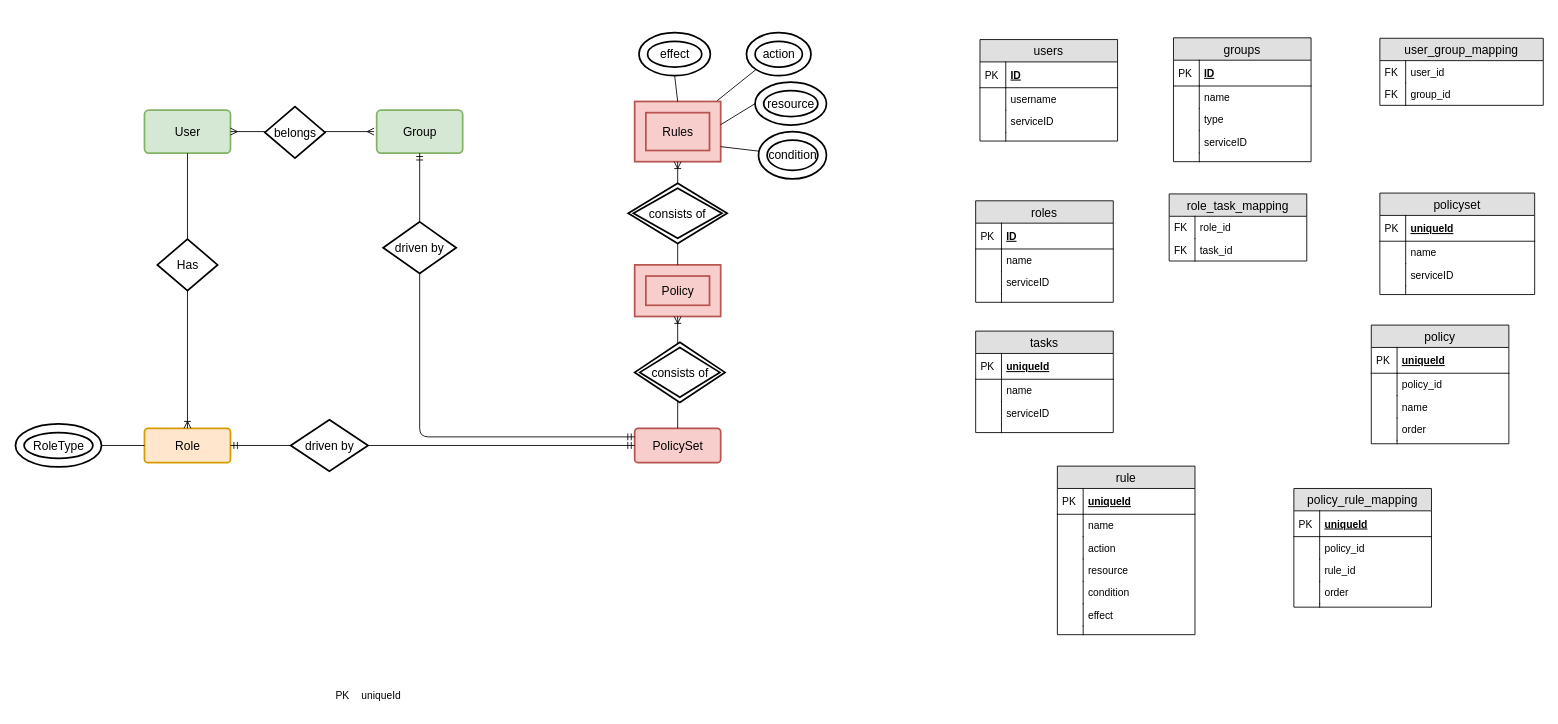
This is IAM Diagram.drawio from davinderrai/drawio, a draw.io file, before an edit. Source tidied: cells renumbered, new cells numbered last; positions are measured from the earlier drawing's top-left corner, leaving out a move shared by most shapes. Both pictures are drawn from the tidied source at 86%, with x=0, y=0 at pixel (15, 32).
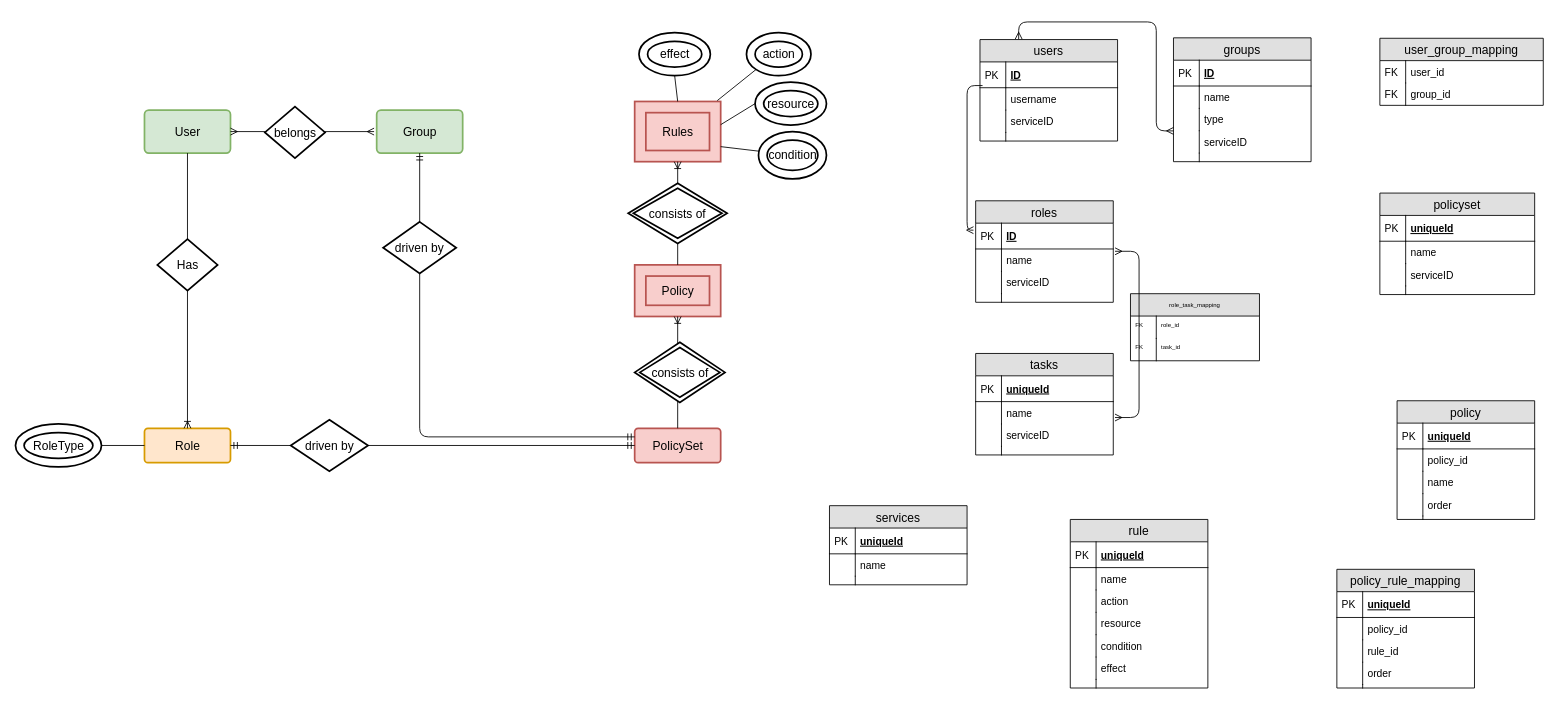
The same page after the edit.

Unchanged cells that the change refers to:
```xml
<mxCell id="47" value="serviceID" style="shape=partialRectangle;top=0;left=0;right=0;bottom=0;align=left;verticalAlign=top;fillColor=none;spacingLeft=34;spacingRight=4;overflow=hidden;points=[[0,0.5],[1,0.5]];portConstraint=eastwest;fontSize=12;" parent="40" vertex="1">
  <mxGeometry y="108" width="160" height="26" as="geometry" />
</mxCell>
<mxCell id="52" value="ID" style="shape=partialRectangle;top=0;left=0;right=0;bottom=1;align=left;verticalAlign=middle;fillColor=none;spacingLeft=34;spacingRight=4;overflow=hidden;points=[[0,0.5],[1,0.5]];portConstraint=eastwest;fontStyle=5;fontSize=12;" parent="51" vertex="1">
  <mxGeometry y="26" width="160" height="30" as="geometry" />
</mxCell>
<mxCell id="54" value="name" style="shape=partialRectangle;top=0;left=0;right=0;bottom=0;align=left;verticalAlign=top;fillColor=none;spacingLeft=34;spacingRight=4;overflow=hidden;points=[[0,0.5],[1,0.5]];portConstraint=eastwest;fontSize=12;" parent="51" vertex="1">
  <mxGeometry y="56" width="160" height="26" as="geometry" />
</mxCell>
```

The edit, as a diff of the source:
```diff
@@
     <mxCell id="60" value="tasks" style="swimlane;fontStyle=0;horizontal=1;startSize=26;fillColor=#e0e0e0;swimlaneFillColor=#ffffff;align=center;fontSize=14;" parent="1" vertex="1">
-      <mxGeometry x="1116" y="347.5" width="160" height="118" as="geometry" />
+      <mxGeometry x="1116" y="373.5" width="160" height="118" as="geometry" />
     </mxCell>
@@
-    <mxCell id="69" value="role_task_mapping" style="swimlane;fontStyle=0;horizontal=1;startSize=26;fillColor=#e0e0e0;swimlaneFillColor=#ffffff;align=center;fontSize=14;" parent="1" vertex="1">
-      <mxGeometry x="1341" y="188" width="160" height="78" as="geometry" />
+    <mxCell id="69" value="role_task_mapping" style="swimlane;fontStyle=0;horizontal=1;startSize=26;fillColor=#e0e0e0;swimlaneFillColor=#ffffff;align=center;fontSize=7;" parent="1" vertex="1">
+      <mxGeometry x="1296" y="304" width="150" height="78" as="geometry" />
     </mxCell>
-    <mxCell id="70" value="role_id" style="shape=partialRectangle;top=0;left=0;right=0;bottom=0;align=left;verticalAlign=top;fillColor=none;spacingLeft=34;spacingRight=4;overflow=hidden;fontSize=12;" parent="69" vertex="1">
-      <mxGeometry y="26" width="160" height="26" as="geometry" />
+    <mxCell id="70" value="role_id" style="shape=partialRectangle;top=0;left=0;right=0;bottom=0;align=left;verticalAlign=top;fillColor=none;spacingLeft=34;spacingRight=4;overflow=hidden;fontSize=7;" parent="69" vertex="1">
+      <mxGeometry y="26" width="150" height="26" as="geometry" />
     </mxCell>
-    <mxCell id="71" value="FK" style="shape=partialRectangle;top=0;left=0;bottom=0;fillColor=none;align=left;verticalAlign=top;spacingLeft=4;spacingRight=4;overflow=hidden;fontSize=12;" parent="70" vertex="1">
+    <mxCell id="71" value="FK" style="shape=partialRectangle;top=0;left=0;bottom=0;fillColor=none;align=left;verticalAlign=top;spacingLeft=4;spacingRight=4;overflow=hidden;fontSize=7;" parent="70" vertex="1">
       <mxGeometry width="30" height="26" as="geometry" />
     </mxCell>
-    <mxCell id="72" value="task_id" style="shape=partialRectangle;top=0;left=0;right=0;bottom=0;align=left;verticalAlign=top;fillColor=none;spacingLeft=34;spacingRight=4;overflow=hidden;fontSize=12;" parent="69" vertex="1">
-      <mxGeometry y="52" width="160" height="26" as="geometry" />
+    <mxCell id="72" value="task_id" style="shape=partialRectangle;top=0;left=0;right=0;bottom=0;align=left;verticalAlign=top;fillColor=none;spacingLeft=34;spacingRight=4;overflow=hidden;fontSize=7;" parent="69" vertex="1">
+      <mxGeometry y="52" width="150" height="26" as="geometry" />
     </mxCell>
-    <mxCell id="73" value="FK" style="shape=partialRectangle;top=0;left=0;bottom=0;fillColor=none;align=left;verticalAlign=top;spacingLeft=4;spacingRight=4;overflow=hidden;fontSize=12;" parent="72" vertex="1">
+    <mxCell id="73" value="FK" style="shape=partialRectangle;top=0;left=0;bottom=0;fillColor=none;align=left;verticalAlign=top;spacingLeft=4;spacingRight=4;overflow=hidden;fontSize=7;" parent="72" vertex="1">
       <mxGeometry width="30" height="26" as="geometry" />
     </mxCell>
@@
     <mxCell id="83" value="policy" style="swimlane;fontStyle=0;horizontal=1;startSize=26;fillColor=#e0e0e0;swimlaneFillColor=#ffffff;align=center;fontSize=14;" parent="1" vertex="1">
-      <mxGeometry x="1576" y="340.5" width="160" height="138" as="geometry" />
+      <mxGeometry x="1606" y="428.5" width="160" height="138" as="geometry" />
     </mxCell>
@@
     <mxCell id="94" value="rule" style="swimlane;fontStyle=0;horizontal=1;startSize=26;fillColor=#e0e0e0;swimlaneFillColor=#ffffff;align=center;fontSize=14;" parent="1" vertex="1">
-      <mxGeometry x="1211" y="504.5" width="160" height="196" as="geometry" />
+      <mxGeometry x="1226" y="566.5" width="160" height="196" as="geometry" />
     </mxCell>
@@
-    <mxCell id="114" value="uniqueId" style="shape=partialRectangle;top=0;left=0;right=0;bottom=0;fillColor=none;align=left;verticalAlign=top;fillColor=none;spacingLeft=34;spacingRight=4;overflow=hidden;fontSize=12;" parent="1" vertex="1">
-      <mxGeometry x="366" y="758" width="90" height="26" as="geometry" />
-    </mxCell>
-    <mxCell id="115" value="PK" style="shape=partialRectangle;top=0;left=0;bottom=0;right=0;fillColor=none;align=left;verticalAlign=top;spacingLeft=4;spacingRight=4;overflow=hidden;fontSize=12;" parent="114" vertex="1">
-      <mxGeometry width="30" height="26" as="geometry" />
-    </mxCell>
     <mxCell id="116" value="policy_rule_mapping" style="swimlane;fontStyle=0;horizontal=1;startSize=26;fillColor=#e0e0e0;swimlaneFillColor=#ffffff;align=center;fontSize=14;" parent="1" vertex="1">
-      <mxGeometry x="1486" y="530.5" width="160" height="138" as="geometry" />
+      <mxGeometry x="1536" y="624.5" width="160" height="138" as="geometry" />
     </mxCell>
@@
+    <mxCell id="127" value="services" style="swimlane;fontStyle=0;horizontal=1;startSize=26;fillColor=#e0e0e0;swimlaneFillColor=#ffffff;align=center;fontSize=14;" parent="1" vertex="1">
+      <mxGeometry x="946" y="550.5" width="160" height="92" as="geometry" />
+    </mxCell>
+    <mxCell id="114" value="uniqueId" style="shape=partialRectangle;top=0;left=0;right=0;bottom=1;align=left;verticalAlign=middle;fillColor=none;spacingLeft=34;spacingRight=4;overflow=hidden;fontStyle=5;fontSize=12;" parent="127" vertex="1">
+      <mxGeometry y="26" width="160" height="30" as="geometry" />
+    </mxCell>
+    <mxCell id="115" value="PK" style="shape=partialRectangle;top=0;left=0;bottom=0;fillColor=none;align=left;verticalAlign=middle;spacingLeft=4;spacingRight=4;overflow=hidden;fontSize=12;" parent="114" vertex="1">
+      <mxGeometry width="30" height="30" as="geometry" />
+    </mxCell>
+    <mxCell id="128" value="name" style="shape=partialRectangle;top=0;left=0;right=0;bottom=0;align=left;verticalAlign=top;fillColor=none;spacingLeft=34;spacingRight=4;overflow=hidden;fontSize=12;" parent="127" vertex="1">
+      <mxGeometry y="56" width="160" height="26" as="geometry" />
+    </mxCell>
+    <mxCell id="129" style="shape=partialRectangle;top=0;left=0;bottom=0;fillColor=none;align=left;verticalAlign=top;spacingLeft=4;spacingRight=4;overflow=hidden;fontSize=12;" parent="128" vertex="1">
+      <mxGeometry width="30" height="26" as="geometry" />
+    </mxCell>
+    <mxCell id="130" style="shape=partialRectangle;top=0;left=0;right=0;bottom=0;align=left;verticalAlign=top;fillColor=none;spacingLeft=34;spacingRight=4;overflow=hidden;fontSize=12;" parent="127" vertex="1">
+      <mxGeometry y="82" width="160" height="10" as="geometry" />
+    </mxCell>
+    <mxCell id="131" style="shape=partialRectangle;top=0;left=0;bottom=0;fillColor=none;align=left;verticalAlign=top;spacingLeft=4;spacingRight=4;overflow=hidden;fontSize=12;" parent="130" vertex="1">
+      <mxGeometry width="30" height="10" as="geometry" />
+    </mxCell>
+    <mxCell id="132" style="edgeStyle=orthogonalEdgeStyle;fontSize=12;html=1;endArrow=ERmany;startArrow=ERmany;exitX=0;exitY=0.008;exitDx=0;exitDy=0;exitPerimeter=0;" parent="1" edge="1" source="47">
+      <mxGeometry relative="1" as="geometry">
+        <mxPoint x="1166" y="8" as="targetPoint" />
+        <Array as="points">
+          <mxPoint x="1326" y="115" />
+          <mxPoint x="1326" y="-12" />
+          <mxPoint x="1166" y="-12" />
+        </Array>
+      </mxGeometry>
+    </mxCell>
+    <mxCell id="133" style="edgeStyle=orthogonalEdgeStyle;fontSize=12;html=1;endArrow=ERmany;entryX=-0.016;entryY=0.271;entryDx=0;entryDy=0;entryPerimeter=0;" parent="1" edge="1" target="52">
+      <mxGeometry relative="1" as="geometry">
+        <mxPoint x="1124" y="62" as="sourcePoint" />
+        <Array as="points">
+          <mxPoint x="1106" y="62" />
+          <mxPoint x="1106" y="230" />
+        </Array>
+      </mxGeometry>
+    </mxCell>
+    <mxCell id="134" style="edgeStyle=orthogonalEdgeStyle;fontSize=12;html=1;endArrow=ERmany;startArrow=ERmany;entryX=1.013;entryY=0.104;entryDx=0;entryDy=0;entryPerimeter=0;" parent="1" edge="1" target="54">
+      <mxGeometry relative="1" as="geometry">
+        <mxPoint x="1278" y="448" as="sourcePoint" />
+        <Array as="points">
+          <mxPoint x="1306" y="448" />
+          <mxPoint x="1306" y="255" />
+        </Array>
+      </mxGeometry>
+    </mxCell>
```
